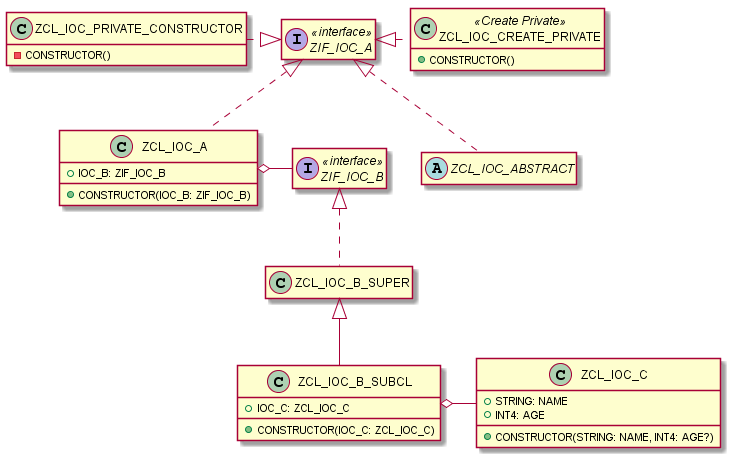
bothzoli/ABAP-IoC-Container keeps this PlantUML diagram as img/test_classes.png. Above is the earlier version. The source it was exported from:
```plantuml
@startuml test_classes

hide empty members

interface ZIF_IOC_A <<interface>>
interface ZIF_IOC_B <<interface>>

class ZCL_IOC_A {
	+ IOC_B: ZIF_IOC_B
	+ CONSTRUCTOR(IOC_B: ZIF_IOC_B)
}

abstract class ZCL_IOC_ABSTRACT

class ZCL_IOC_CREATE_PRIVATE <<Create Private>> {
	+ CONSTRUCTOR()
}
class ZCL_IOC_PRIVATE_CONSTRUCTOR {
	- CONSTRUCTOR()
}

class ZCL_IOC_B_SUPER

class ZCL_IOC_B_SUBCL {
	+ IOC_C: ZCL_IOC_C
	+ CONSTRUCTOR(IOC_C: ZCL_IOC_C)
}

class ZCL_IOC_C {
	+ STRING: NAME
	+ INT4: AGE
	+ CONSTRUCTOR(STRING: NAME, INT4: AGE?)
}

ZIF_IOC_A <|.. ZCL_IOC_A
ZIF_IOC_A <|.. ZCL_IOC_ABSTRACT
ZIF_IOC_A <|.right. ZCL_IOC_CREATE_PRIVATE
ZIF_IOC_A <|.left. ZCL_IOC_PRIVATE_CONSTRUCTOR
ZCL_IOC_A o-right- ZIF_IOC_B
ZIF_IOC_B <|.. ZCL_IOC_B_SUPER
ZCL_IOC_B_SUPER <|-- ZCL_IOC_B_SUBCL
ZCL_IOC_B_SUBCL o-right- ZCL_IOC_C

@enduml
```
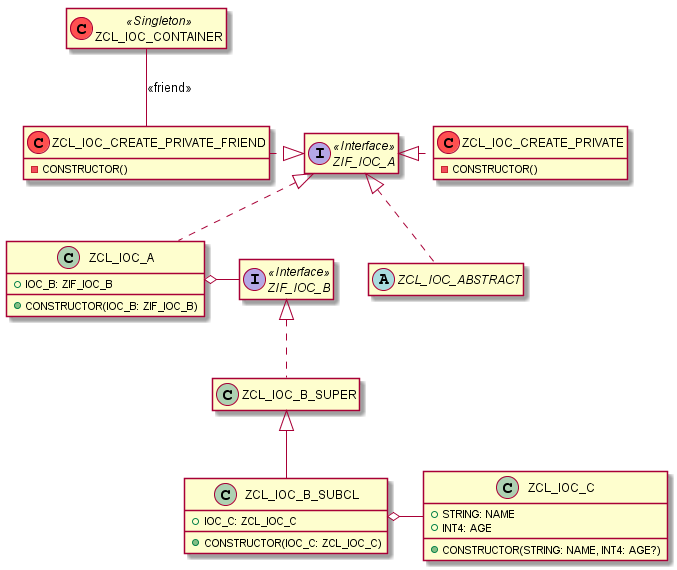
Above is the later version.

Commit message:
Update UML diagrams

Change to the diagram source:
```diff
@@ -2,8 +2,10 @@
 
 hide empty members
 
-interface ZIF_IOC_A <<interface>>
-interface ZIF_IOC_B <<interface>>
+class ZCL_IOC_CONTAINER << (C,#FF5050) Singleton >>
+
+interface ZIF_IOC_A << Interface >>
+interface ZIF_IOC_B << Interface >>
 
 class ZCL_IOC_A {
 	+ IOC_B: ZIF_IOC_B
@@ -12,10 +14,11 @@
 
 abstract class ZCL_IOC_ABSTRACT
 
-class ZCL_IOC_CREATE_PRIVATE <<Create Private>> {
-	+ CONSTRUCTOR()
+class ZCL_IOC_CREATE_PRIVATE << (C,#FF5050) >> {
+	- CONSTRUCTOR()
 }
-class ZCL_IOC_PRIVATE_CONSTRUCTOR {
+
+class ZCL_IOC_CREATE_PRIVATE_FRIEND << (C,#FF5050) >> {
 	- CONSTRUCTOR()
 }
 
@@ -35,7 +38,8 @@
 ZIF_IOC_A <|.. ZCL_IOC_A
 ZIF_IOC_A <|.. ZCL_IOC_ABSTRACT
 ZIF_IOC_A <|.right. ZCL_IOC_CREATE_PRIVATE
-ZIF_IOC_A <|.left. ZCL_IOC_PRIVATE_CONSTRUCTOR
+ZCL_IOC_CONTAINER -down- ZCL_IOC_CREATE_PRIVATE_FRIEND : <<friend>>
+ZIF_IOC_A <|.left. ZCL_IOC_CREATE_PRIVATE_FRIEND
 ZCL_IOC_A o-right- ZIF_IOC_B
 ZIF_IOC_B <|.. ZCL_IOC_B_SUPER
 ZCL_IOC_B_SUPER <|-- ZCL_IOC_B_SUBCL
```
